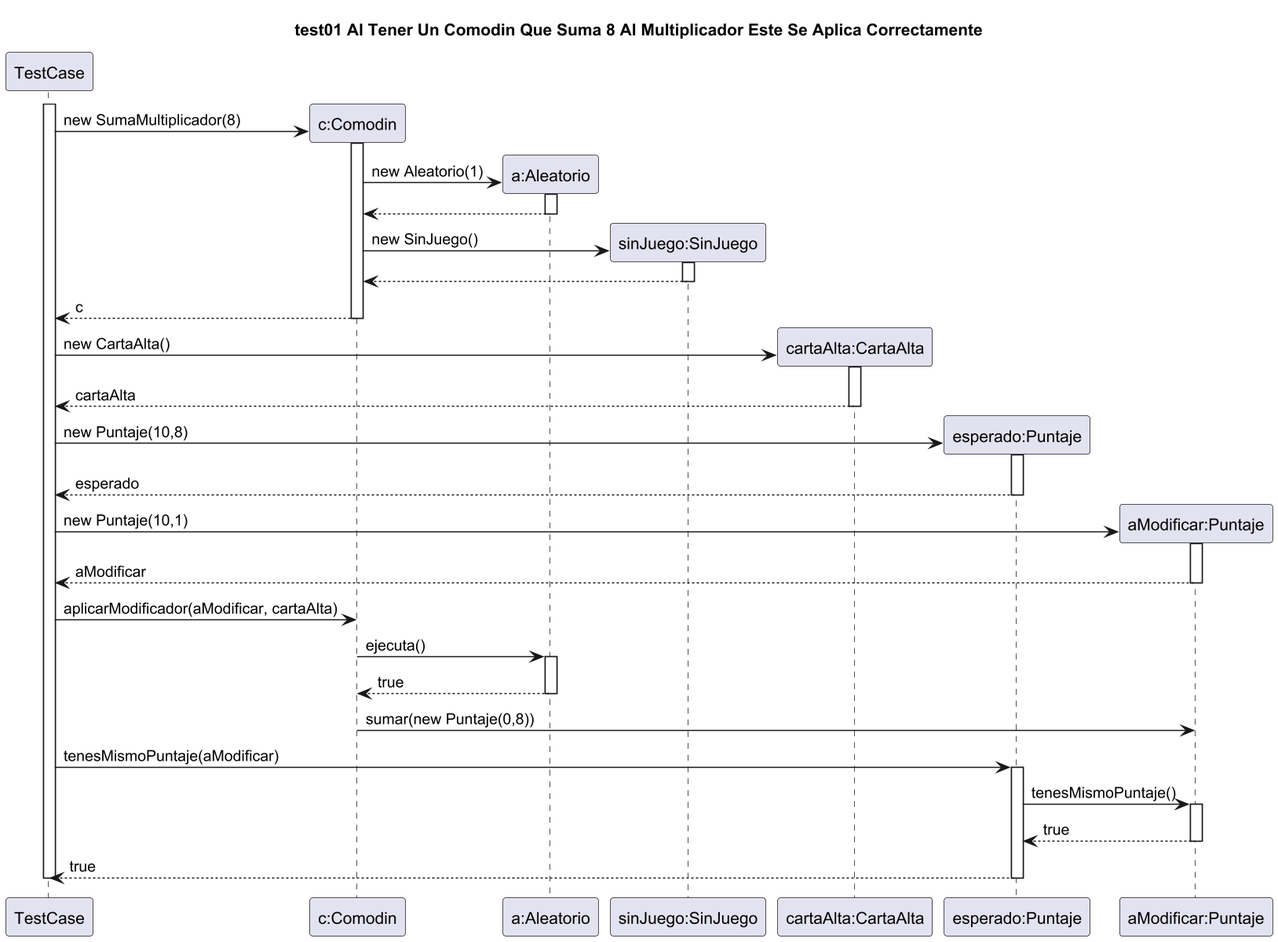
Above: diagrams/sequences/casoDeUso1.png in facukresta/g06-tp2-2c-2024 (PlantUML), before the change. Its source is kept beside it as diagrams/sequences/casoDeUso1.puml.
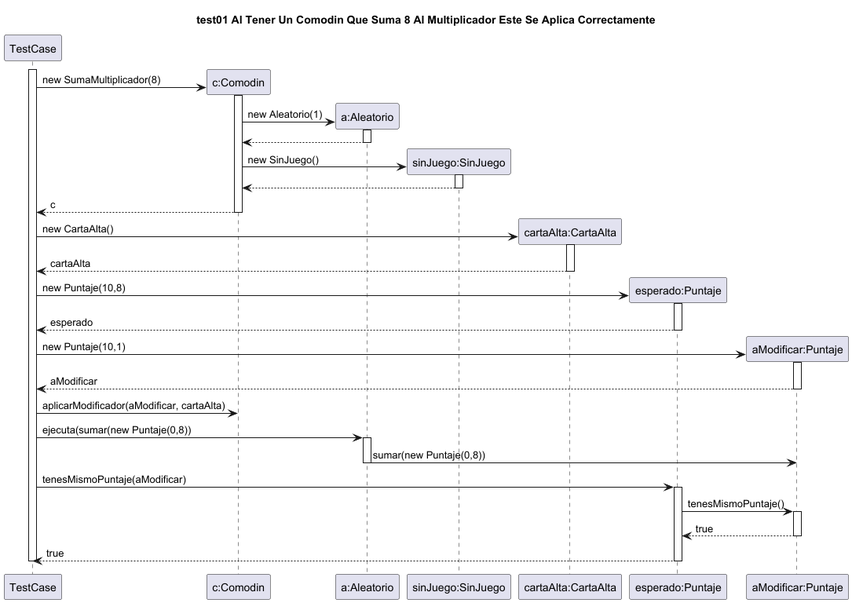
Later version of the same file.

The edit, as a diff of the source:
```diff
@@ -33,14 +33,10 @@
 deactivate aModificar
 
 TestCase -> comodin : aplicarModificador(aModificar, cartaAlta)
-comodin -> aleatorio : ejecuta()
+TestCase -> aleatorio : ejecuta(sumar(new Puntaje(0,8))
 activate aleatorio
-comodin <-- aleatorio : true
+aleatorio -> aModificar : sumar(new Puntaje(0,8))
 deactivate aleatorio
-
-comodin -> aModificar : sumar(new Puntaje(0,8))
-deactivate comodin
-
 
 TestCase -> esperado: tenesMismoPuntaje(aModificar)
 activate esperado
```
